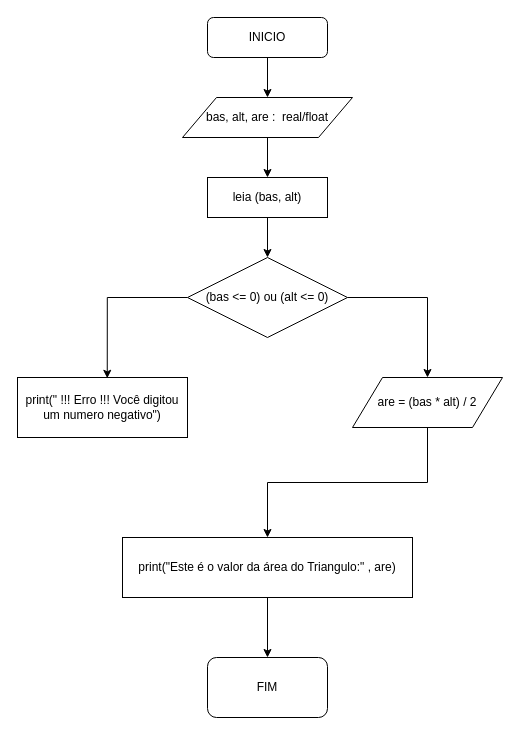
This is PROVAS/prova_03-final_06.07.2022/pergunta_01/Pergunta01.drawio from MarinhoDevTi/algoritimo-logica-programacao, a draw.io file, before an edit. Source tidied: cells renumbered, new cells numbered last; positions are measured from the earlier drawing's top-left corner, leaving out a move shared by most shapes. Both pictures are drawn from the tidied source at 100%, with x=0, y=0 at pixel (17, 17).
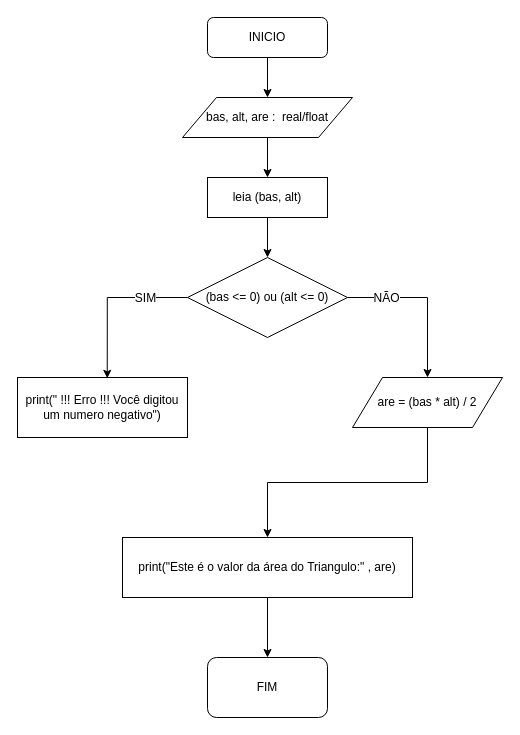
The same diagram, later.

The change refers to these unchanged cells:
```xml
<mxCell id="8" style="edgeStyle=orthogonalEdgeStyle;rounded=0;jettySize=auto;html=1;exitX=1;exitY=0.5;exitDx=0;exitDy=0;entryX=0.5;entryY=0;entryDx=0;entryDy=0;" parent="1" edge="1" source="10" target="13">
  <mxGeometry relative="1" as="geometry">
    <Array as="points">
      <mxPoint x="410" y="280" />
      <mxPoint x="410" y="360" />
    </Array>
  </mxGeometry>
</mxCell>
<mxCell id="9" style="edgeStyle=orthogonalEdgeStyle;rounded=0;jettySize=auto;html=1;exitX=0;exitY=0.5;exitDx=0;exitDy=0;entryX=0.528;entryY=0.013;entryDx=0;entryDy=0;entryPerimeter=0;" parent="1" edge="1" source="10" target="11">
  <mxGeometry relative="1" as="geometry">
    <Array as="points">
      <mxPoint x="90" y="280" />
    </Array>
  </mxGeometry>
</mxCell>
```

What changed in the source:
```diff
@@
+    <mxCell id="17" value="NÃO" style="text;html=1;align=center;verticalAlign=middle;labelBackgroundColor=#ffffff;" parent="8" vertex="1">
+      <mxGeometry x="-0.78" y="1" relative="1" as="geometry">
+        <mxPoint x="20" y="1" as="offset" />
+      </mxGeometry>
+    </mxCell>
@@
+    <mxCell id="18" value="SIM" style="text;html=1;align=center;verticalAlign=middle;labelBackgroundColor=#ffffff;" parent="9" vertex="1">
+      <mxGeometry x="-0.31" y="-1" relative="1" as="geometry">
+        <mxPoint x="13.5" y="1" as="offset" />
+      </mxGeometry>
+    </mxCell>
```
